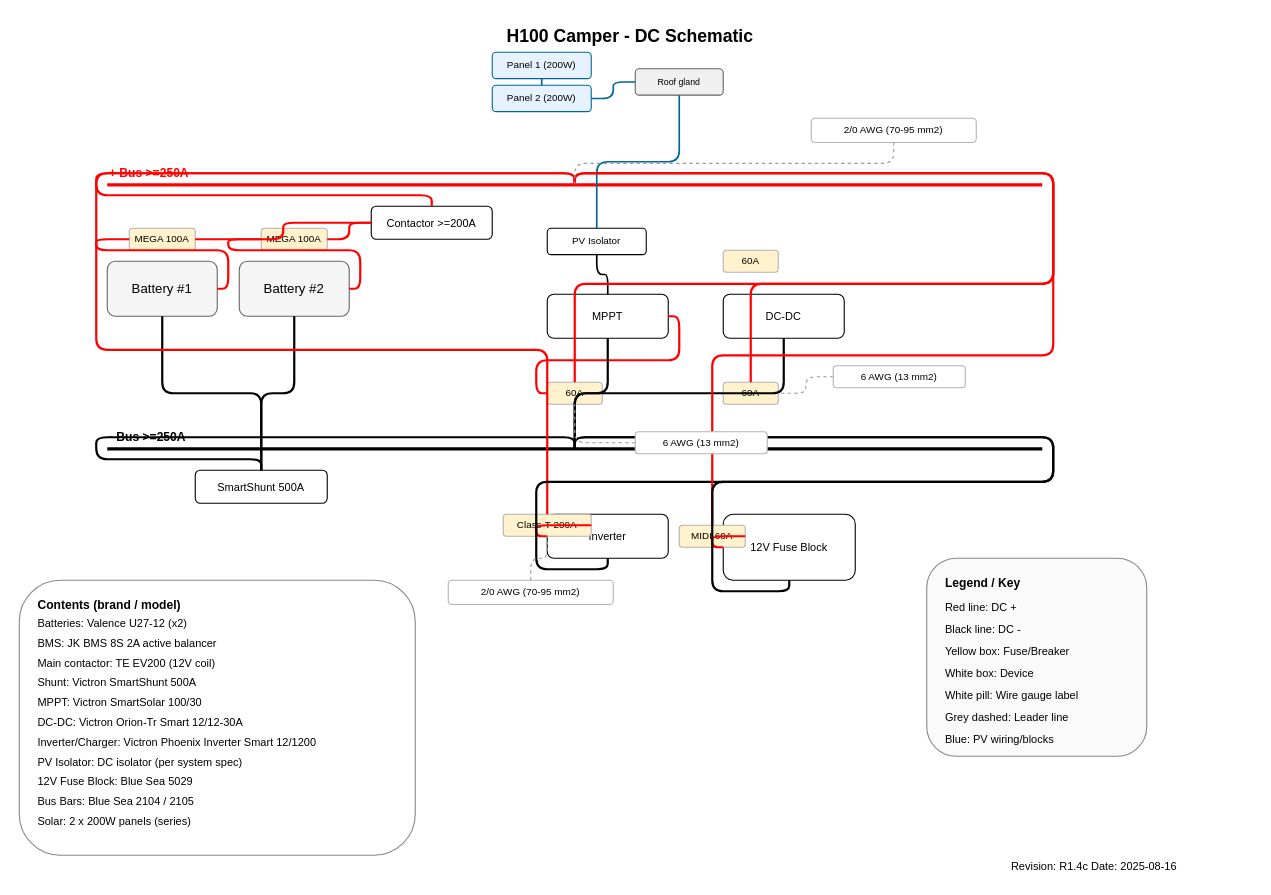
OutOdaBlox/H100-Camper-Build keeps this draw.io diagram as diagrams/dc_schematic.drawio. Above is the earlier version. Source tidied: cells renumbered, new cells numbered last; positions are measured from the earlier drawing's top-left corner, leaving out a move shared by most shapes. Both pictures are drawn from the tidied source at 110%, with x=0, y=0 at pixel (-25, -14).
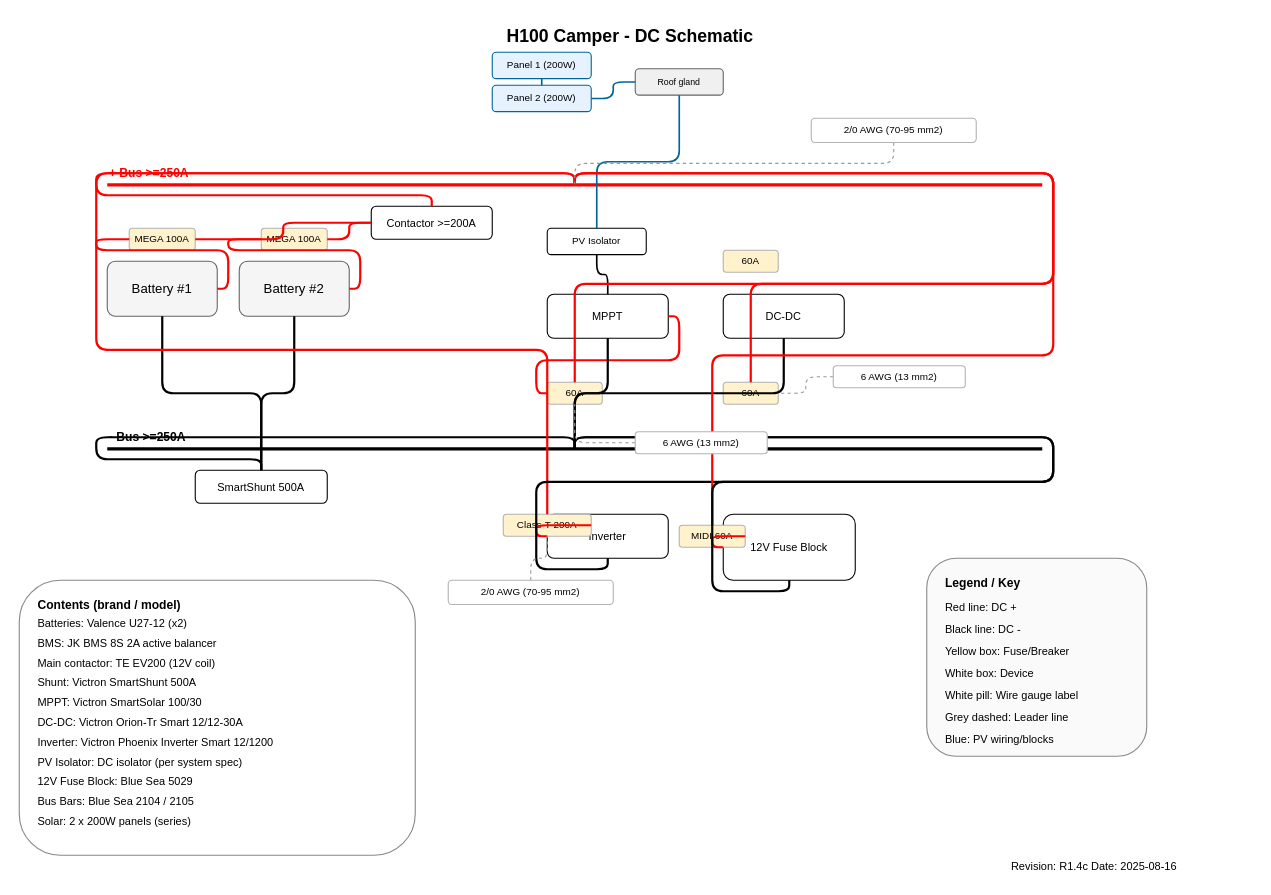
The same diagram, later.

Commit message:
docs(diagram): Contents block — Inverter/Charger → Inverter (Phoenix 12/1200)\n\nCo-authored-by: OutOdaBlox <OutOdaBlox@users.noreply.github.com>

The edit, as a diff of the source:
```diff
@@
-    <mxCell id="79" value="Inverter/Charger: Victron Phoenix Inverter Smart 12/1200" style="text;html=1;align=left;verticalAlign=middle;fontSize=10;" parent="5" vertex="1">
+    <mxCell id="79" value="Inverter: Victron Phoenix Inverter Smart 12/1200" style="text;html=1;align=left;verticalAlign=middle;fontSize=10;" parent="5" vertex="1">
       <mxGeometry x="55" y="678" width="330" height="18" as="geometry" />
     </mxCell>
```
